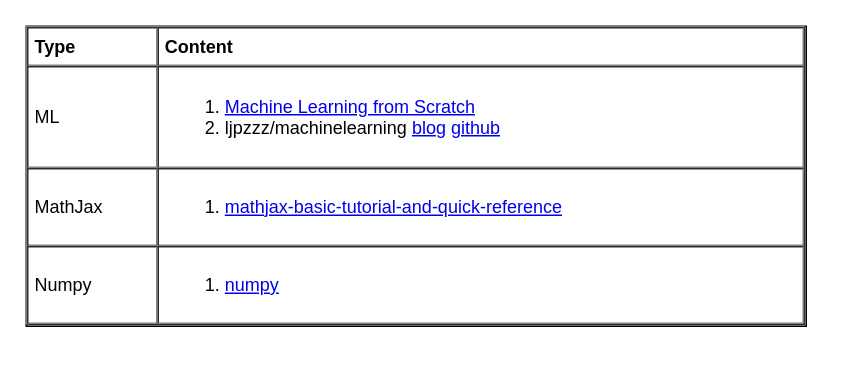
Before: page "References" (8 of 8) of ml/ml.drawio in yangdj/tf_docs, a draw.io diagram. Source tidied: cells renumbered, new cells numbered last; positions are measured from the earlier drawing's top-left corner, leaving out a move shared by most shapes. Both pictures are drawn from the tidied source at 150%, with x=0, y=0 at pixel (26, 26).
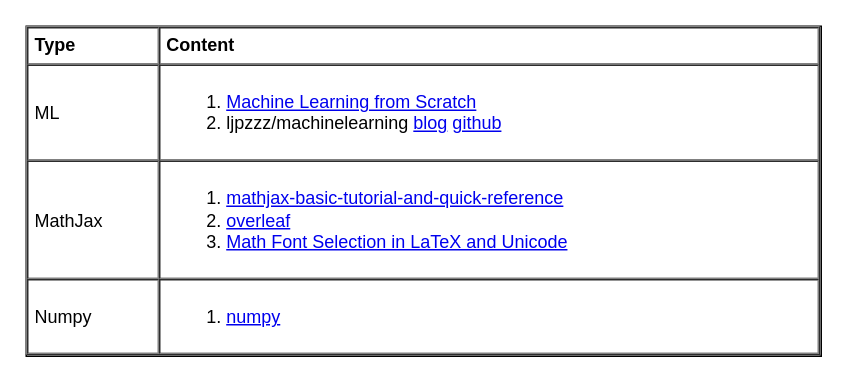
After the change.

The edit, as a diff of the source:
```diff
@@
 <mxGraphModel>
   <root>
     <mxCell id="0" />
     <mxCell id="1" parent="0" />
-    <mxCell id="2" value="&lt;table cellpadding=&quot;4&quot; cellspacing=&quot;0&quot; border=&quot;1&quot; style=&quot;font-size: 1em ; width: 100% ; height: 100%&quot;&gt;&lt;tbody&gt;&lt;tr&gt;&lt;th&gt;Type&lt;/th&gt;&lt;th&gt;Content&lt;/th&gt;&lt;/tr&gt;&lt;tr&gt;&lt;td&gt;ML&lt;/td&gt;&lt;td&gt;&lt;ol&gt;&lt;li&gt;&lt;a href=&quot;https://dafriedman97.github.io/mlbook/content/introduction.html&quot;&gt;Machine Learning from Scratch&lt;br&gt;&lt;/a&gt;&lt;/li&gt;&lt;li&gt;ljpzzz/machinelearning&amp;nbsp;&lt;a href=&quot;https://www.cnblogs.com/pinard&quot;&gt;blog&lt;/a&gt;&amp;nbsp;&lt;a href=&quot;https://github.com/ljpzzz/machinelearning&quot;&gt;github&lt;/a&gt;&lt;/li&gt;&lt;/ol&gt;&lt;/td&gt;&lt;/tr&gt;&lt;tr&gt;&lt;td&gt;MathJax&lt;/td&gt;&lt;td&gt;&lt;ol&gt;&lt;li&gt;&lt;a href=&quot;https://math.meta.stackexchange.com/questions/5020/mathjax-basic-tutorial-and-quick-reference&quot;&gt;mathjax-basic-tutorial-and-quick-reference&lt;/a&gt;&lt;/li&gt;&lt;/ol&gt;&lt;/td&gt;&lt;/tr&gt;&lt;tr&gt;&lt;td&gt;Numpy&lt;/td&gt;&lt;td&gt;&lt;ol&gt;&lt;li&gt;&lt;a href=&quot;https://numpy.org/devdocs/reference/index.html#reference&quot;&gt;numpy&lt;/a&gt;&lt;/li&gt;&lt;/ol&gt;&lt;/td&gt;&lt;/tr&gt;&lt;/tbody&gt;&lt;/table&gt; " style="verticalAlign=top;align=left;overflow=fill;fontSize=12;fontFamily=Helvetica;html=1;" parent="1" vertex="1">
-      <mxGeometry width="520" height="200" as="geometry" />
+    <mxCell id="2" value="&lt;table cellpadding=&quot;4&quot; cellspacing=&quot;0&quot; border=&quot;1&quot; style=&quot;font-size: 1em ; width: 100% ; height: 100%&quot;&gt;&lt;tbody&gt;&lt;tr&gt;&lt;th&gt;Type&lt;/th&gt;&lt;th&gt;Content&lt;/th&gt;&lt;/tr&gt;&lt;tr&gt;&lt;td&gt;ML&lt;/td&gt;&lt;td&gt;&lt;ol&gt;&lt;li&gt;&lt;a href=&quot;https://dafriedman97.github.io/mlbook/content/introduction.html&quot;&gt;Machine Learning from Scratch&lt;br&gt;&lt;/a&gt;&lt;/li&gt;&lt;li&gt;ljpzzz/machinelearning&amp;nbsp;&lt;a href=&quot;https://www.cnblogs.com/pinard&quot;&gt;blog&lt;/a&gt;&amp;nbsp;&lt;a href=&quot;https://github.com/ljpzzz/machinelearning&quot;&gt;github&lt;/a&gt;&lt;/li&gt;&lt;/ol&gt;&lt;/td&gt;&lt;/tr&gt;&lt;tr&gt;&lt;td&gt;MathJax&lt;/td&gt;&lt;td&gt;&lt;ol&gt;&lt;li&gt;&lt;a href=&quot;https://math.meta.stackexchange.com/questions/5020/mathjax-basic-tutorial-and-quick-reference&quot;&gt;mathjax-basic-tutorial-and-quick-reference&lt;/a&gt;&lt;/li&gt;&lt;li&gt;&lt;a href=&quot;https://www.overleaf.com/learn/latex/Mathematical_expressions&quot;&gt;overleaf&lt;/a&gt;&lt;/li&gt;&lt;li&gt;&lt;a href=&quot;http://milde.users.sourceforge.net/LUCR/Math/math-font-selection.xhtml&quot;&gt;Math Font Selection in LaTeX and Unicode&lt;br&gt;&lt;/a&gt;&lt;/li&gt;&lt;/ol&gt;&lt;/td&gt;&lt;/tr&gt;&lt;tr&gt;&lt;td&gt;Numpy&lt;/td&gt;&lt;td&gt;&lt;ol&gt;&lt;li&gt;&lt;a href=&quot;https://numpy.org/devdocs/reference/index.html#reference&quot;&gt;numpy&lt;/a&gt;&lt;/li&gt;&lt;/ol&gt;&lt;/td&gt;&lt;/tr&gt;&lt;/tbody&gt;&lt;/table&gt; " style="verticalAlign=top;align=left;overflow=fill;fontSize=12;fontFamily=Helvetica;html=1;" parent="1" vertex="1">
+      <mxGeometry width="530" height="220" as="geometry" />
     </mxCell>
   </root>
 </mxGraphModel>
```
